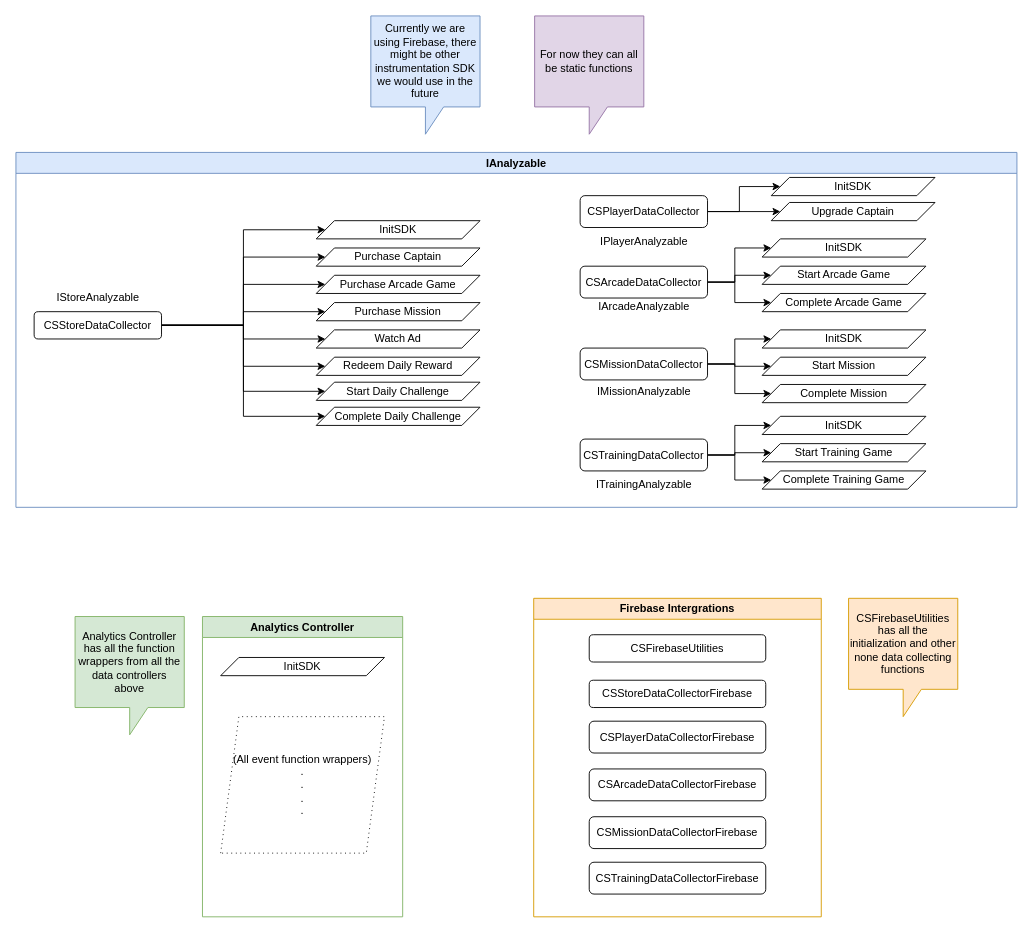
Above: cosmic-shore-instrumentation.drawio in froglet-studio/cosmic-shore-backend-diagrams (draw.io), before the change. Source tidied: cells renumbered, new cells numbered last; positions are measured from the earlier drawing's top-left corner, leaving out a move shared by most shapes. Both pictures are drawn from the tidied source at 91%, with x=0, y=0 at pixel (15, 15).
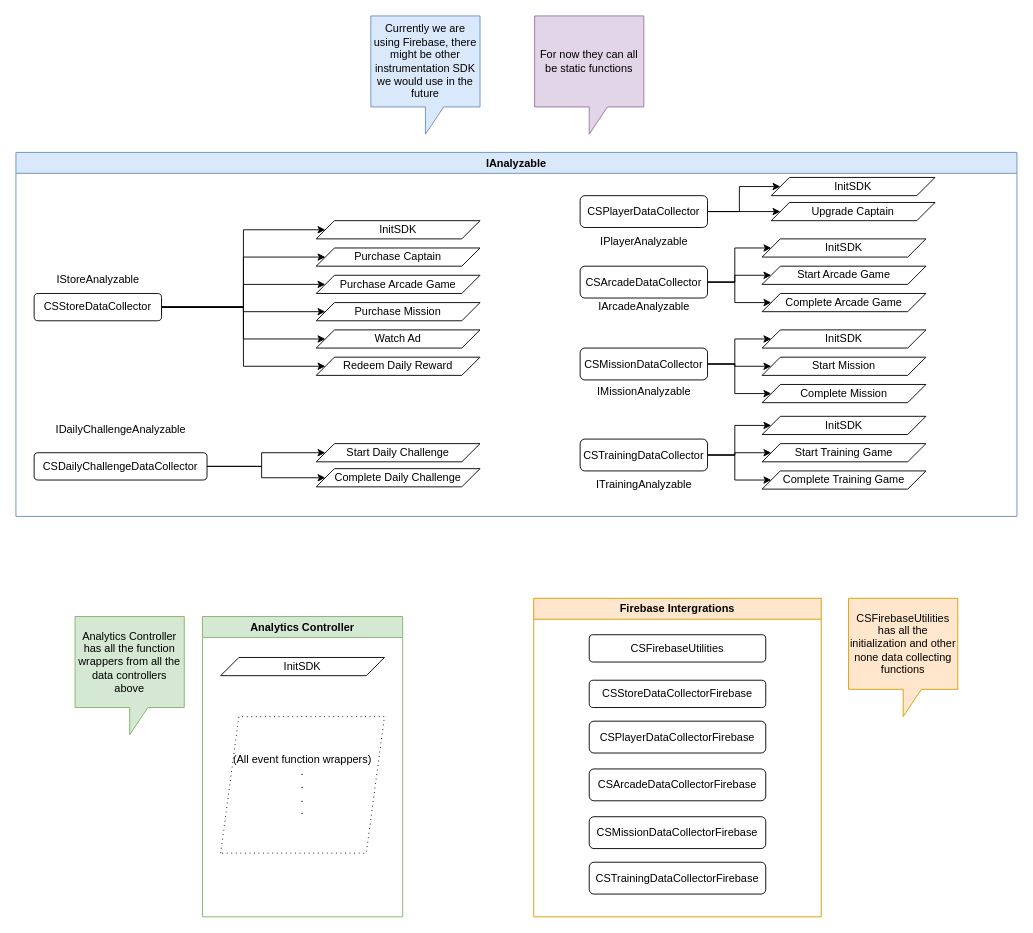
Above is the later version.

Commit message:
Update daily challenge data collector componenta

The change refers to these unchanged cells:
```xml
<mxCell id="15" value="Purchase Captain" style="shape=parallelogram;perimeter=parallelogramPerimeter;whiteSpace=wrap;html=1;fixedSize=1;" parent="5" vertex="1">
  <mxGeometry x="330" y="105" width="180" height="20" as="geometry" />
</mxCell>
<mxCell id="16" value="Purchase Arcade Game" style="shape=parallelogram;perimeter=parallelogramPerimeter;whiteSpace=wrap;html=1;fixedSize=1;" parent="5" vertex="1">
  <mxGeometry x="330" y="135" width="180" height="20" as="geometry" />
</mxCell>
<mxCell id="17" value="Purchase Mission" style="shape=parallelogram;perimeter=parallelogramPerimeter;whiteSpace=wrap;html=1;fixedSize=1;" parent="5" vertex="1">
  <mxGeometry x="330" y="165" width="180" height="20" as="geometry" />
</mxCell>
<mxCell id="18" value="Watch Ad" style="shape=parallelogram;perimeter=parallelogramPerimeter;whiteSpace=wrap;html=1;fixedSize=1;" parent="5" vertex="1">
  <mxGeometry x="330" y="195" width="180" height="20" as="geometry" />
</mxCell>
<mxCell id="19" value="Redeem Daily Reward" style="shape=parallelogram;perimeter=parallelogramPerimeter;whiteSpace=wrap;html=1;fixedSize=1;" parent="5" vertex="1">
  <mxGeometry x="330" y="225" width="180" height="20" as="geometry" />
</mxCell>
<mxCell id="44" value="InitSDK" style="shape=parallelogram;perimeter=parallelogramPerimeter;whiteSpace=wrap;html=1;fixedSize=1;" parent="5" vertex="1">
  <mxGeometry x="330" y="75" width="180" height="20" as="geometry" />
</mxCell>
```

Change to the diagram source:
```diff
@@
     <mxCell id="5" value="IAnalyzable" style="swimlane;whiteSpace=wrap;html=1;fillColor=#dae8fc;strokeColor=#6c8ebf;" parent="1" vertex="1">
-      <mxGeometry y="150" width="1100" height="390" as="geometry" />
+      <mxGeometry y="150" width="1100" height="400" as="geometry" />
     </mxCell>
     <mxCell id="6" style="edgeStyle=orthogonalEdgeStyle;rounded=0;jettySize=auto;html=1;exitX=1;exitY=0.5;exitDx=0;exitDy=0;entryX=0;entryY=0.5;entryDx=0;entryDy=0;" parent="5" edge="1" source="14" target="15">
       <mxGeometry relative="1" as="geometry">
         <Array as="points">
-          <mxPoint x="250" y="190" />
+          <mxPoint x="250" y="170" />
           <mxPoint x="250" y="115" />
         </Array>
       </mxGeometry>
     </mxCell>
     <mxCell id="7" style="edgeStyle=orthogonalEdgeStyle;rounded=0;jettySize=auto;html=1;entryX=0;entryY=0.5;entryDx=0;entryDy=0;" parent="5" edge="1" source="14" target="16">
       <mxGeometry relative="1" as="geometry">
         <Array as="points">
-          <mxPoint x="250" y="190" />
+          <mxPoint x="250" y="170" />
           <mxPoint x="250" y="145" />
         </Array>
       </mxGeometry>
     </mxCell>
     <mxCell id="8" style="edgeStyle=orthogonalEdgeStyle;rounded=0;jettySize=auto;html=1;entryX=0;entryY=0.5;entryDx=0;entryDy=0;" parent="5" edge="1" source="14" target="17">
       <mxGeometry relative="1" as="geometry">
         <Array as="points">
-          <mxPoint x="250" y="190" />
+          <mxPoint x="250" y="170" />
           <mxPoint x="250" y="175" />
         </Array>
       </mxGeometry>
     </mxCell>
     <mxCell id="9" style="edgeStyle=orthogonalEdgeStyle;rounded=0;jettySize=auto;html=1;entryX=0;entryY=0.5;entryDx=0;entryDy=0;" parent="5" edge="1" source="14" target="18">
       <mxGeometry relative="1" as="geometry">
         <Array as="points">
-          <mxPoint x="250" y="190" />
+          <mxPoint x="250" y="170" />
           <mxPoint x="250" y="205" />
         </Array>
       </mxGeometry>
     </mxCell>
     <mxCell id="10" style="edgeStyle=orthogonalEdgeStyle;rounded=0;jettySize=auto;html=1;entryX=0;entryY=0.5;entryDx=0;entryDy=0;" parent="5" edge="1" source="14" target="19">
       <mxGeometry relative="1" as="geometry">
         <Array as="points">
-          <mxPoint x="250" y="190" />
+          <mxPoint x="250" y="170" />
           <mxPoint x="250" y="235" />
         </Array>
       </mxGeometry>
     </mxCell>
-    <mxCell id="11" style="edgeStyle=orthogonalEdgeStyle;rounded=0;jettySize=auto;html=1;entryX=0;entryY=0.5;entryDx=0;entryDy=0;" parent="5" edge="1" source="14" target="20">
-      <mxGeometry relative="1" as="geometry">
-        <Array as="points">
-          <mxPoint x="250" y="190" />
-          <mxPoint x="250" y="263" />
-        </Array>
-      </mxGeometry>
-    </mxCell>
-    <mxCell id="12" style="edgeStyle=orthogonalEdgeStyle;rounded=0;jettySize=auto;html=1;entryX=0;entryY=0.5;entryDx=0;entryDy=0;" parent="5" edge="1" source="14" target="21">
-      <mxGeometry relative="1" as="geometry">
-        <Array as="points">
-          <mxPoint x="250" y="190" />
-          <mxPoint x="250" y="290" />
-        </Array>
-      </mxGeometry>
-    </mxCell>
     <mxCell id="13" style="edgeStyle=orthogonalEdgeStyle;rounded=0;jettySize=auto;html=1;entryX=0;entryY=0.5;entryDx=0;entryDy=0;" parent="5" edge="1" source="14" target="44">
       <mxGeometry relative="1" as="geometry">
         <Array as="points">
-          <mxPoint x="250" y="190" />
+          <mxPoint x="250" y="170" />
           <mxPoint x="250" y="85" />
         </Array>
       </mxGeometry>
     </mxCell>
     <mxCell id="14" value="CSStoreDataCollector" style="rounded=1;whiteSpace=wrap;html=1;" parent="5" vertex="1">
-      <mxGeometry x="20" y="175" width="140" height="30" as="geometry" />
+      <mxGeometry x="20" y="155" width="140" height="30" as="geometry" />
     </mxCell>
@@
-    <mxCell id="20" value="Start Daily Challenge" style="shape=parallelogram;perimeter=parallelogramPerimeter;whiteSpace=wrap;html=1;fixedSize=1;" parent="5" vertex="1">
-      <mxGeometry x="330" y="252.5" width="180" height="20" as="geometry" />
-    </mxCell>
-    <mxCell id="21" value="Complete Daily Challenge" style="shape=parallelogram;perimeter=parallelogramPerimeter;whiteSpace=wrap;html=1;fixedSize=1;" parent="5" vertex="1">
-      <mxGeometry x="330" y="280" width="180" height="20" as="geometry" />
-    </mxCell>
@@
     <mxCell id="49" value="IStoreAnalyzable" style="text;html=1;align=center;verticalAlign=middle;strokeColor=none;fillColor=none;" parent="5" vertex="1">
-      <mxGeometry x="35" y="145" width="110" height="30" as="geometry" />
+      <mxGeometry x="35" y="125" width="110" height="30" as="geometry" />
     </mxCell>
@@
+    <mxCell id="65" style="edgeStyle=orthogonalEdgeStyle;rounded=0;jettySize=auto;html=1;entryX=0;entryY=0.5;entryDx=0;entryDy=0;" parent="5" edge="1" source="67" target="20">
+      <mxGeometry relative="1" as="geometry" />
+    </mxCell>
+    <mxCell id="66" style="edgeStyle=orthogonalEdgeStyle;rounded=0;jettySize=auto;html=1;entryX=0;entryY=0.5;entryDx=0;entryDy=0;" parent="5" edge="1" source="67" target="21">
+      <mxGeometry relative="1" as="geometry" />
+    </mxCell>
+    <mxCell id="67" value="CSDailyChallengeDataCollector" style="rounded=1;whiteSpace=wrap;html=1;" parent="5" vertex="1">
+      <mxGeometry x="20" y="330" width="190" height="30" as="geometry" />
+    </mxCell>
+    <mxCell id="20" value="Start Daily Challenge" style="shape=parallelogram;perimeter=parallelogramPerimeter;whiteSpace=wrap;html=1;fixedSize=1;" parent="5" vertex="1">
+      <mxGeometry x="330" y="320" width="180" height="20" as="geometry" />
+    </mxCell>
+    <mxCell id="21" value="Complete Daily Challenge" style="shape=parallelogram;perimeter=parallelogramPerimeter;whiteSpace=wrap;html=1;fixedSize=1;" parent="5" vertex="1">
+      <mxGeometry x="330" y="347.5" width="180" height="20" as="geometry" />
+    </mxCell>
+    <mxCell id="68" value="IDailyChallengeAnalyzable" style="text;html=1;align=center;verticalAlign=middle;strokeColor=none;fillColor=none;" parent="5" vertex="1">
+      <mxGeometry x="30" y="290" width="170" height="30" as="geometry" />
+    </mxCell>
```
